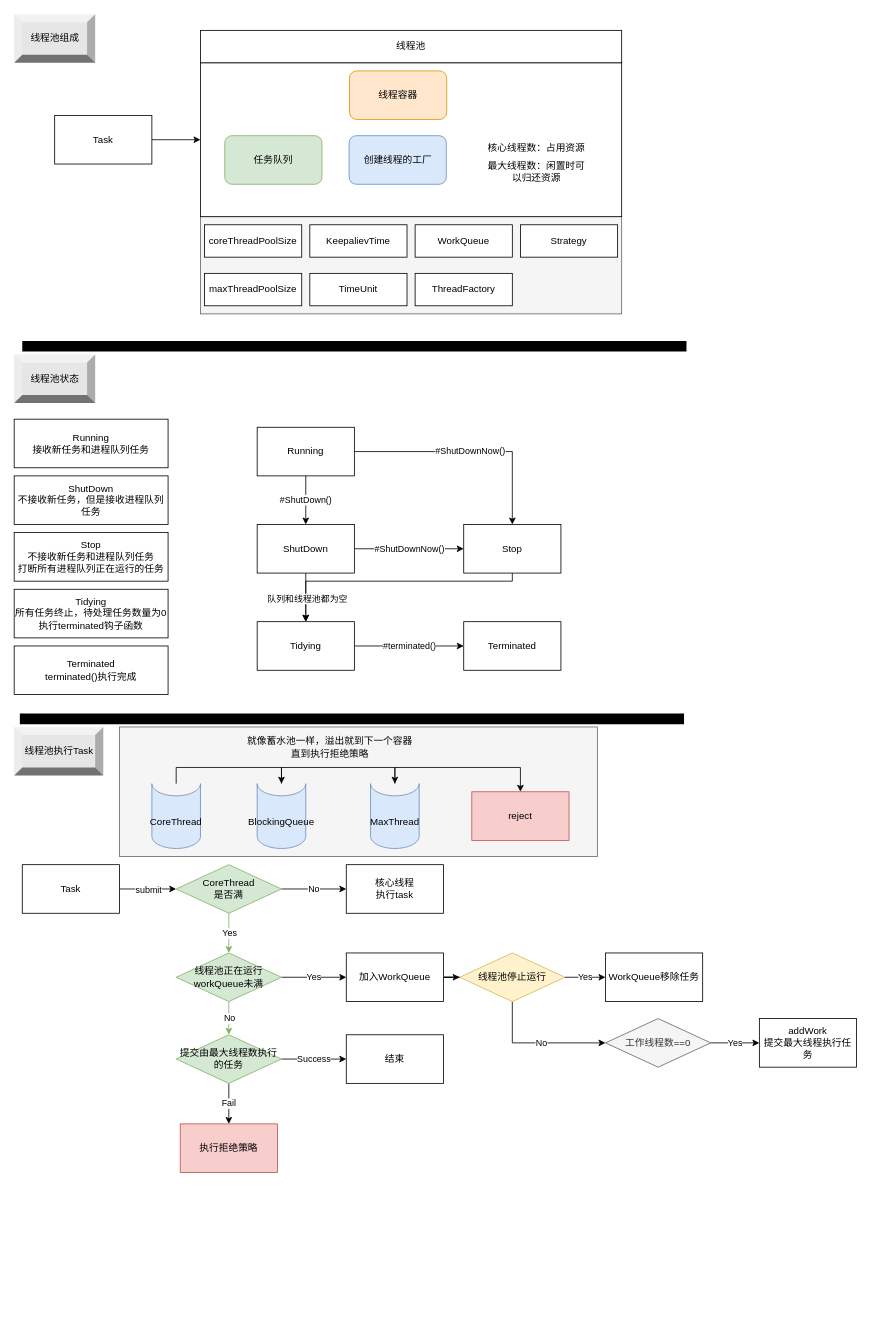
Earlier version of the draw.io diagram JUC/src/main/java/com/alei/msb/teacherhuang/uml/T03.drawio (ALei-907/FM2MRepository). Source tidied: cells renumbered, new cells numbered last; positions are measured from the earlier drawing's top-left corner, leaving out a move shared by most shapes. Both pictures are drawn from the tidied source at 81%, with x=0, y=0 at pixel (14, 14).
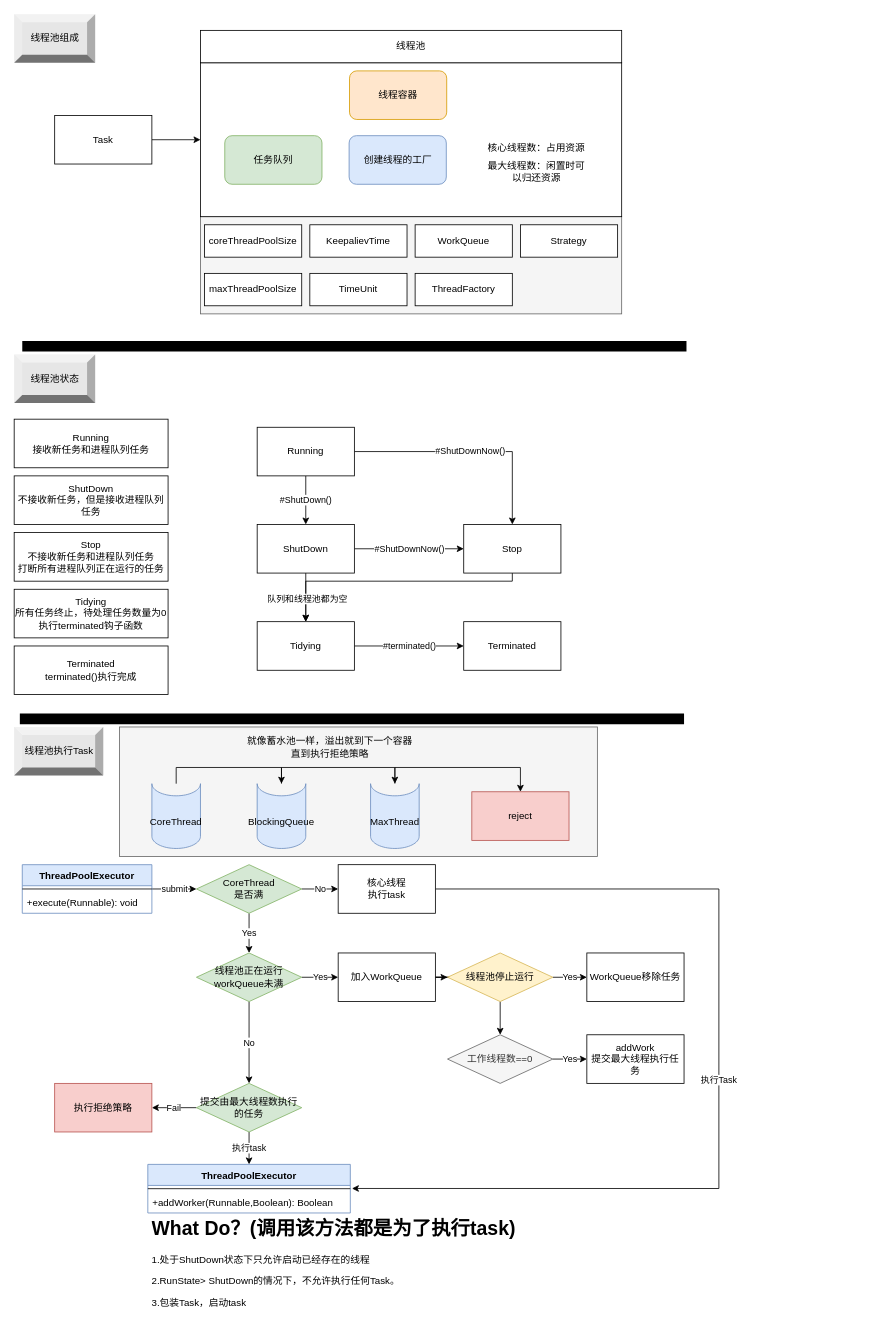
After the change.

Commit message:
Update(ThreadPoolExecutor): woker#runWorker()

Diff of the diagram source:
```diff
@@
+    <mxCell id="75" value="执行Task" style="edgeStyle=orthogonalEdgeStyle;rounded=0;jettySize=auto;html=1;exitX=1;exitY=0.5;exitDx=0;exitDy=0;entryX=1.008;entryY=-0.163;entryDx=0;entryDy=0;entryPerimeter=0;" parent="1" edge="1" source="42" target="83">
+      <mxGeometry relative="1" as="geometry">
+        <Array as="points">
+          <mxPoint x="870" y="1080" />
+          <mxPoint x="870" y="1450" />
+        </Array>
+      </mxGeometry>
+    </mxCell>
     <mxCell id="42" value="核心线程&lt;br&gt;执行task" style="rounded=0;whiteSpace=wrap;html=1;" parent="1" vertex="1">
-      <mxGeometry x="410" y="1050" width="120" height="60" as="geometry" />
+      <mxGeometry x="400" y="1050" width="120" height="60" as="geometry" />
     </mxCell>
@@
-    <mxCell id="44" value="Yes" style="edgeStyle=orthogonalEdgeStyle;rounded=0;jettySize=auto;html=1;strokeWidth=1;fillColor=#d5e8d4;strokeColor=#82b366;" parent="1" edge="1" source="45">
-      <mxGeometry relative="1" as="geometry">
-        <mxPoint x="265" y="1159" as="targetPoint" />
-      </mxGeometry>
+    <mxCell id="44" value="Yes" style="edgeStyle=orthogonalEdgeStyle;rounded=0;jettySize=auto;html=1;" parent="1" edge="1" source="45" target="48">
+      <mxGeometry relative="1" as="geometry" />
     </mxCell>
     <mxCell id="45" value="CoreThread&lt;br&gt;是否满" style="rhombus;whiteSpace=wrap;html=1;fillColor=#d5e8d4;strokeColor=#82b366;" parent="1" vertex="1">
-      <mxGeometry x="200" y="1050" width="130" height="60" as="geometry" />
+      <mxGeometry x="225" y="1050" width="130" height="60" as="geometry" />
     </mxCell>
@@
-    <mxCell id="47" value="No" style="edgeStyle=orthogonalEdgeStyle;rounded=0;jettySize=auto;html=1;strokeWidth=1;fillColor=#d5e8d4;strokeColor=#82b366;" parent="1" edge="1" source="48">
-      <mxGeometry relative="1" as="geometry">
-        <mxPoint x="265" y="1260" as="targetPoint" />
-      </mxGeometry>
-    </mxCell>
+    <mxCell id="76" value="No" style="edgeStyle=orthogonalEdgeStyle;rounded=0;jettySize=auto;html=1;" parent="1" edge="1" source="48" target="61">
+      <mxGeometry relative="1" as="geometry" />
+    </mxCell>
     <mxCell id="48" value="线程池正在运行&lt;br&gt;workQueue未满" style="rhombus;whiteSpace=wrap;html=1;fillColor=#d5e8d4;strokeColor=#82b366;" parent="1" vertex="1">
-      <mxGeometry x="200" y="1159" width="130" height="60" as="geometry" />
+      <mxGeometry x="225" y="1159" width="130" height="60" as="geometry" />
     </mxCell>
-    <mxCell id="49" style="edgeStyle=orthogonalEdgeStyle;rounded=0;jettySize=auto;html=1;strokeWidth=1;" parent="1" edge="1" source="51" target="45">
-      <mxGeometry relative="1" as="geometry" />
+    <mxCell id="49" value="&lt;span style=&quot;color: rgb(0, 0, 0); font-family: Helvetica; font-size: 11px; font-style: normal; font-variant-ligatures: normal; font-variant-caps: normal; font-weight: 400; letter-spacing: normal; orphans: 2; text-align: center; text-indent: 0px; text-transform: none; widows: 2; word-spacing: 0px; -webkit-text-stroke-width: 0px; background-color: rgb(255, 255, 255); text-decoration-thickness: initial; text-decoration-style: initial; text-decoration-color: initial; float: none; display: inline !important;&quot;&gt;submit&lt;/span&gt;" style="edgeStyle=orthogonalEdgeStyle;rounded=0;jettySize=auto;html=1;strokeWidth=1;exitX=1;exitY=0.5;exitDx=0;exitDy=0;" parent="1" edge="1" source="78" target="45">
+      <mxGeometry relative="1" as="geometry">
+        <Array as="points">
+          <mxPoint x="200" y="1080" />
+          <mxPoint x="200" y="1080" />
+        </Array>
+      </mxGeometry>
     </mxCell>
-    <mxCell id="50" value="submit" style="edgeLabel;html=1;align=center;verticalAlign=middle;" parent="49" vertex="1">
-      <mxGeometry relative="1" as="geometry" />
-    </mxCell>
-    <mxCell id="51" value="Task" style="rounded=0;whiteSpace=wrap;html=1;" parent="1" vertex="1">
-      <mxGeometry x="10" y="1050" width="120" height="60" as="geometry" />
-    </mxCell>
@@
     <mxCell id="53" value="加入WorkQueue" style="rounded=0;whiteSpace=wrap;html=1;" parent="1" vertex="1">
-      <mxGeometry x="410" y="1159" width="120" height="60" as="geometry" />
+      <mxGeometry x="400" y="1159" width="120" height="60" as="geometry" />
     </mxCell>
@@
-    <mxCell id="55" style="edgeStyle=orthogonalEdgeStyle;rounded=0;jettySize=auto;html=1;entryX=0;entryY=0.5;entryDx=0;entryDy=0;strokeWidth=1;exitX=0.5;exitY=1;exitDx=0;exitDy=0;" parent="1" edge="1" source="57" target="65">
+    <mxCell id="55" style="edgeStyle=orthogonalEdgeStyle;rounded=0;jettySize=auto;html=1;" parent="1" edge="1" source="57" target="65">
       <mxGeometry relative="1" as="geometry" />
     </mxCell>
-    <mxCell id="56" value="No" style="edgeLabel;html=1;align=center;verticalAlign=middle;" parent="55" vertex="1">
-      <mxGeometry x="0.04" y="2" relative="1" as="geometry">
-        <mxPoint y="1" as="offset" />
-      </mxGeometry>
-    </mxCell>
     <mxCell id="57" value="线程池停止运行" style="rhombus;whiteSpace=wrap;html=1;fillColor=#fff2cc;strokeColor=#d6b656;" parent="1" vertex="1">
-      <mxGeometry x="550" y="1159" width="130" height="60" as="geometry" />
+      <mxGeometry x="535" y="1159" width="130" height="60" as="geometry" />
     </mxCell>
     <mxCell id="58" value="WorkQueue移除任务" style="whiteSpace=wrap;html=1;" parent="1" vertex="1">
-      <mxGeometry x="730" y="1159" width="120" height="60" as="geometry" />
+      <mxGeometry x="707" y="1159" width="120" height="60" as="geometry" />
     </mxCell>
-    <mxCell id="59" value="Fail" style="edgeStyle=orthogonalEdgeStyle;rounded=0;jettySize=auto;html=1;strokeWidth=1;" parent="1" edge="1" source="61" target="62">
+    <mxCell id="59" value="Fail" style="edgeStyle=orthogonalEdgeStyle;rounded=0;jettySize=auto;html=1;strokeWidth=1;entryX=1;entryY=0.5;entryDx=0;entryDy=0;" parent="1" edge="1" source="61" target="62">
       <mxGeometry relative="1" as="geometry" />
     </mxCell>
-    <mxCell id="60" value="Success" style="edgeStyle=orthogonalEdgeStyle;rounded=0;jettySize=auto;html=1;strokeWidth=1;" parent="1" edge="1" source="61" target="63">
-      <mxGeometry relative="1" as="geometry" />
-    </mxCell>
+    <mxCell id="77" value="执行task" style="edgeStyle=orthogonalEdgeStyle;rounded=0;jettySize=auto;html=1;" parent="1" edge="1" source="61" target="81">
+      <mxGeometry relative="1" as="geometry" />
+    </mxCell>
     <mxCell id="61" value="提交由最大线程数执行的任务" style="rhombus;whiteSpace=wrap;html=1;fillColor=#d5e8d4;strokeColor=#82b366;" parent="1" vertex="1">
-      <mxGeometry x="200" y="1260" width="130" height="60" as="geometry" />
+      <mxGeometry x="225" y="1320" width="130" height="60" as="geometry" />
     </mxCell>
     <mxCell id="62" value="执行拒绝策略" style="whiteSpace=wrap;html=1;fillColor=#f8cecc;strokeColor=#b85450;" parent="1" vertex="1">
-      <mxGeometry x="205" y="1370" width="120" height="60" as="geometry" />
+      <mxGeometry x="50" y="1320" width="120" height="60" as="geometry" />
     </mxCell>
-    <mxCell id="63" value="结束" style="whiteSpace=wrap;html=1;" parent="1" vertex="1">
-      <mxGeometry x="410" y="1260" width="120" height="60" as="geometry" />
-    </mxCell>
@@
     <mxCell id="65" value="工作线程数==0" style="rhombus;whiteSpace=wrap;html=1;fillColor=#f5f5f5;fontColor=#333333;strokeColor=#666666;" parent="1" vertex="1">
-      <mxGeometry x="730" y="1240" width="130" height="60" as="geometry" />
+      <mxGeometry x="535" y="1260" width="130" height="60" as="geometry" />
     </mxCell>
     <mxCell id="66" value="addWork&lt;br&gt;提交最大线程执行任务" style="whiteSpace=wrap;html=1;" parent="1" vertex="1">
-      <mxGeometry x="920" y="1240" width="120" height="60" as="geometry" />
+      <mxGeometry x="707" y="1260" width="120" height="60" as="geometry" />
     </mxCell>
@@
+    <mxCell id="78" value="ThreadPoolExecutor" style="swimlane;fontStyle=1;align=center;verticalAlign=top;horizontal=1;startSize=26;fillColor=#dae8fc;strokeColor=#6c8ebf;" parent="1" vertex="1">
+      <mxGeometry x="10" y="1050" width="160" height="60" as="geometry" />
+    </mxCell>
+    <mxCell id="79" style="line;strokeWidth=1;fillColor=none;align=left;verticalAlign=middle;spacingTop=-1;spacingLeft=3;spacingRight=3;labelPosition=right;" parent="78" vertex="1">
+      <mxGeometry y="26" width="160" height="8" as="geometry" />
+    </mxCell>
+    <mxCell id="80" value="+execute(Runnable): void" style="text;strokeColor=none;fillColor=none;align=left;verticalAlign=top;spacingLeft=4;spacingRight=4;overflow=hidden;" parent="78" vertex="1">
+      <mxGeometry y="34" width="160" height="26" as="geometry" />
+    </mxCell>
+    <mxCell id="81" value="ThreadPoolExecutor" style="swimlane;fontStyle=1;align=center;verticalAlign=top;horizontal=1;startSize=26;fillColor=#dae8fc;strokeColor=#6c8ebf;" parent="1" vertex="1">
+      <mxGeometry x="165" y="1420" width="250" height="60" as="geometry" />
+    </mxCell>
+    <mxCell id="82" style="line;strokeWidth=1;fillColor=none;align=left;verticalAlign=middle;spacingTop=-1;spacingLeft=3;spacingRight=3;labelPosition=right;" parent="81" vertex="1">
+      <mxGeometry y="26" width="250" height="8" as="geometry" />
+    </mxCell>
+    <mxCell id="83" value="+addWorker(Runnable,Boolean): Boolean" style="text;strokeColor=none;fillColor=none;align=left;verticalAlign=top;spacingLeft=4;spacingRight=4;overflow=hidden;points=[[0,0.5],[1,0.5]];portConstraint=eastwest;" parent="81" vertex="1">
+      <mxGeometry y="34" width="250" height="26" as="geometry" />
+    </mxCell>
+    <mxCell id="84" value="&lt;h1&gt;What Do？(调用该方法都是为了执行task)&lt;/h1&gt;&lt;p&gt;&lt;span style=&quot;background-color: initial;&quot;&gt;1.处于ShutDown状态下只允许启动已经存在的线程&lt;/span&gt;&lt;br&gt;&lt;/p&gt;&lt;p&gt;2.RunState&amp;gt; ShutDown的情况下，不允许执行任何Task。&lt;/p&gt;&lt;p&gt;3.包装Task，启动task&lt;/p&gt;" style="text;html=1;strokeColor=none;fillColor=none;spacing=5;spacingTop=-20;whiteSpace=wrap;overflow=hidden;rounded=0;" parent="1" vertex="1">
+      <mxGeometry x="165" y="1480" width="480" height="130" as="geometry" />
+    </mxCell>
```
